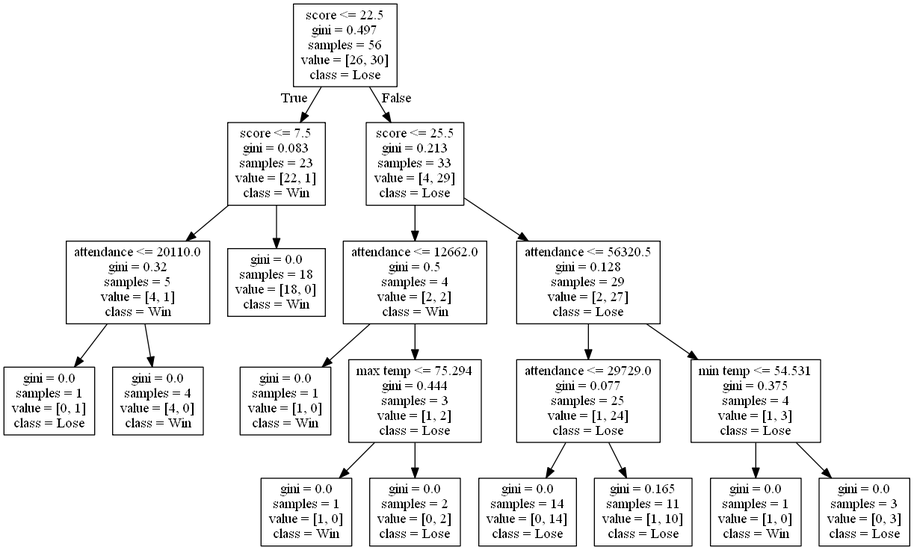
Before: DecisionTrees/decision_tree_with_score2.png, a diagram exported from Graphviz (alexana-steck/CSE482Project). Its source is kept beside it as DecisionTrees/decision_tree_with_score2.dot.
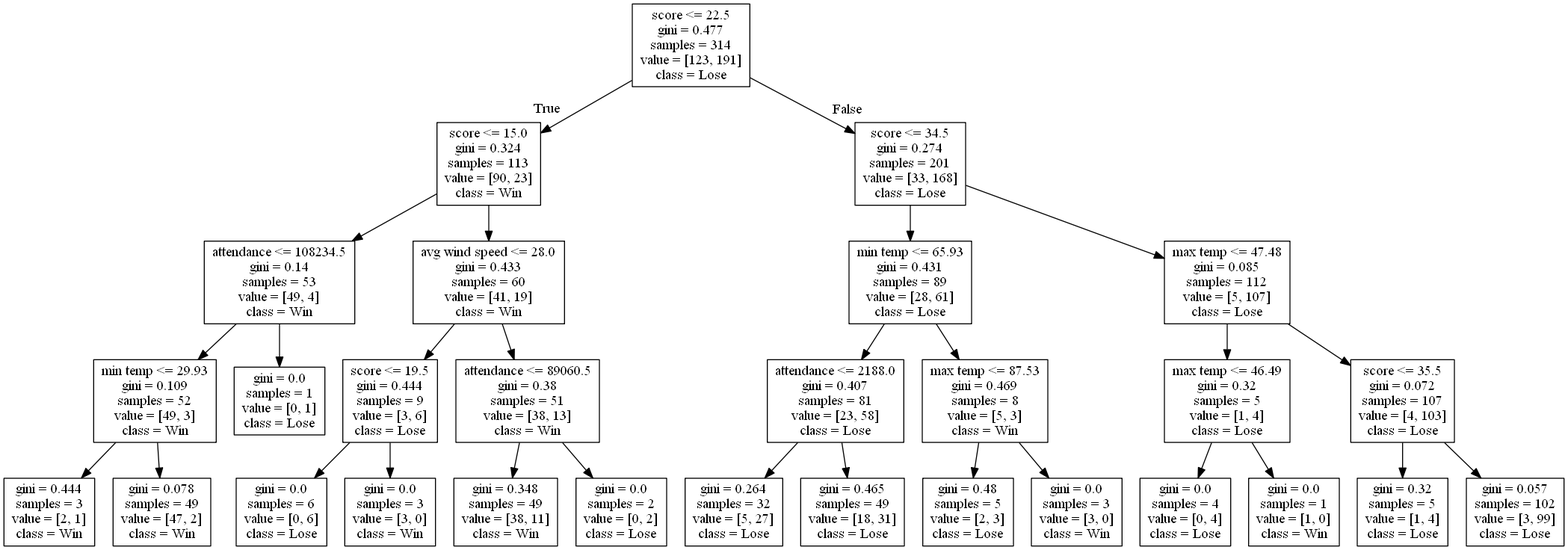
Above is the later version.

The edit, as a diff of the source:
```diff
@@ -1,40 +1,60 @@
 digraph Tree {
 node [shape=box] ;
-0 [label="score <= 22.5\ngini = 0.497\nsamples = 56\nvalue = [26, 30]\nclass = Lose"] ;
-1 [label="score <= 7.5\ngini = 0.083\nsamples = 23\nvalue = [22, 1]\nclass = Win"] ;
+0 [label="score <= 22.5\ngini = 0.477\nsamples = 314\nvalue = [123, 191]\nclass = Lose"] ;
+1 [label="score <= 15.0\ngini = 0.324\nsamples = 113\nvalue = [90, 23]\nclass = Win"] ;
 0 -> 1 [labeldistance=2.5, labelangle=45, headlabel="True"] ;
-2 [label="attendance <= 20110.0\ngini = 0.32\nsamples = 5\nvalue = [4, 1]\nclass = Win"] ;
+2 [label="attendance <= 108234.5\ngini = 0.14\nsamples = 53\nvalue = [49, 4]\nclass = Win"] ;
 1 -> 2 ;
-3 [label="gini = 0.0\nsamples = 1\nvalue = [0, 1]\nclass = Lose"] ;
+3 [label="min temp <= 29.93\ngini = 0.109\nsamples = 52\nvalue = [49, 3]\nclass = Win"] ;
 2 -> 3 ;
-4 [label="gini = 0.0\nsamples = 4\nvalue = [4, 0]\nclass = Win"] ;
-2 -> 4 ;
-5 [label="gini = 0.0\nsamples = 18\nvalue = [18, 0]\nclass = Win"] ;
-1 -> 5 ;
-6 [label="score <= 25.5\ngini = 0.213\nsamples = 33\nvalue = [4, 29]\nclass = Lose"] ;
-0 -> 6 [labeldistance=2.5, labelangle=-45, headlabel="False"] ;
-7 [label="attendance <= 12662.0\ngini = 0.5\nsamples = 4\nvalue = [2, 2]\nclass = Win"] ;
-6 -> 7 ;
-8 [label="gini = 0.0\nsamples = 1\nvalue = [1, 0]\nclass = Win"] ;
+4 [label="gini = 0.444\nsamples = 3\nvalue = [2, 1]\nclass = Win"] ;
+3 -> 4 ;
+5 [label="gini = 0.078\nsamples = 49\nvalue = [47, 2]\nclass = Win"] ;
+3 -> 5 ;
+6 [label="gini = 0.0\nsamples = 1\nvalue = [0, 1]\nclass = Lose"] ;
+2 -> 6 ;
+7 [label="avg wind speed <= 28.0\ngini = 0.433\nsamples = 60\nvalue = [41, 19]\nclass = Win"] ;
+1 -> 7 ;
+8 [label="score <= 19.5\ngini = 0.444\nsamples = 9\nvalue = [3, 6]\nclass = Lose"] ;
 7 -> 8 ;
-9 [label="max temp <= 75.294\ngini = 0.444\nsamples = 3\nvalue = [1, 2]\nclass = Lose"] ;
-7 -> 9 ;
-10 [label="gini = 0.0\nsamples = 1\nvalue = [1, 0]\nclass = Win"] ;
-9 -> 10 ;
-11 [label="gini = 0.0\nsamples = 2\nvalue = [0, 2]\nclass = Lose"] ;
-9 -> 11 ;
-12 [label="attendance <= 56320.5\ngini = 0.128\nsamples = 29\nvalue = [2, 27]\nclass = Lose"] ;
-6 -> 12 ;
-13 [label="attendance <= 29729.0\ngini = 0.077\nsamples = 25\nvalue = [1, 24]\nclass = Lose"] ;
-12 -> 13 ;
-14 [label="gini = 0.0\nsamples = 14\nvalue = [0, 14]\nclass = Lose"] ;
-13 -> 14 ;
-15 [label="gini = 0.165\nsamples = 11\nvalue = [1, 10]\nclass = Lose"] ;
-13 -> 15 ;
-16 [label="min temp <= 54.531\ngini = 0.375\nsamples = 4\nvalue = [1, 3]\nclass = Lose"] ;
-12 -> 16 ;
-17 [label="gini = 0.0\nsamples = 1\nvalue = [1, 0]\nclass = Win"] ;
+9 [label="gini = 0.0\nsamples = 6\nvalue = [0, 6]\nclass = Lose"] ;
+8 -> 9 ;
+10 [label="gini = 0.0\nsamples = 3\nvalue = [3, 0]\nclass = Win"] ;
+8 -> 10 ;
+11 [label="attendance <= 89060.5\ngini = 0.38\nsamples = 51\nvalue = [38, 13]\nclass = Win"] ;
+7 -> 11 ;
+12 [label="gini = 0.348\nsamples = 49\nvalue = [38, 11]\nclass = Win"] ;
+11 -> 12 ;
+13 [label="gini = 0.0\nsamples = 2\nvalue = [0, 2]\nclass = Lose"] ;
+11 -> 13 ;
+14 [label="score <= 34.5\ngini = 0.274\nsamples = 201\nvalue = [33, 168]\nclass = Lose"] ;
+0 -> 14 [labeldistance=2.5, labelangle=-45, headlabel="False"] ;
+15 [label="min temp <= 65.93\ngini = 0.431\nsamples = 89\nvalue = [28, 61]\nclass = Lose"] ;
+14 -> 15 ;
+16 [label="attendance <= 2188.0\ngini = 0.407\nsamples = 81\nvalue = [23, 58]\nclass = Lose"] ;
+15 -> 16 ;
+17 [label="gini = 0.264\nsamples = 32\nvalue = [5, 27]\nclass = Lose"] ;
 16 -> 17 ;
-18 [label="gini = 0.0\nsamples = 3\nvalue = [0, 3]\nclass = Lose"] ;
+18 [label="gini = 0.465\nsamples = 49\nvalue = [18, 31]\nclass = Lose"] ;
 16 -> 18 ;
+19 [label="max temp <= 87.53\ngini = 0.469\nsamples = 8\nvalue = [5, 3]\nclass = Win"] ;
+15 -> 19 ;
+20 [label="gini = 0.48\nsamples = 5\nvalue = [2, 3]\nclass = Lose"] ;
+19 -> 20 ;
+21 [label="gini = 0.0\nsamples = 3\nvalue = [3, 0]\nclass = Win"] ;
+19 -> 21 ;
+22 [label="max temp <= 47.48\ngini = 0.085\nsamples = 112\nvalue = [5, 107]\nclass = Lose"] ;
+14 -> 22 ;
+23 [label="max temp <= 46.49\ngini = 0.32\nsamples = 5\nvalue = [1, 4]\nclass = Lose"] ;
+22 -> 23 ;
+24 [label="gini = 0.0\nsamples = 4\nvalue = [0, 4]\nclass = Lose"] ;
+23 -> 24 ;
+25 [label="gini = 0.0\nsamples = 1\nvalue = [1, 0]\nclass = Win"] ;
+23 -> 25 ;
+26 [label="score <= 35.5\ngini = 0.072\nsamples = 107\nvalue = [4, 103]\nclass = Lose"] ;
+22 -> 26 ;
+27 [label="gini = 0.32\nsamples = 5\nvalue = [1, 4]\nclass = Lose"] ;
+26 -> 27 ;
+28 [label="gini = 0.057\nsamples = 102\nvalue = [3, 99]\nclass = Lose"] ;
+26 -> 28 ;
 }
```
